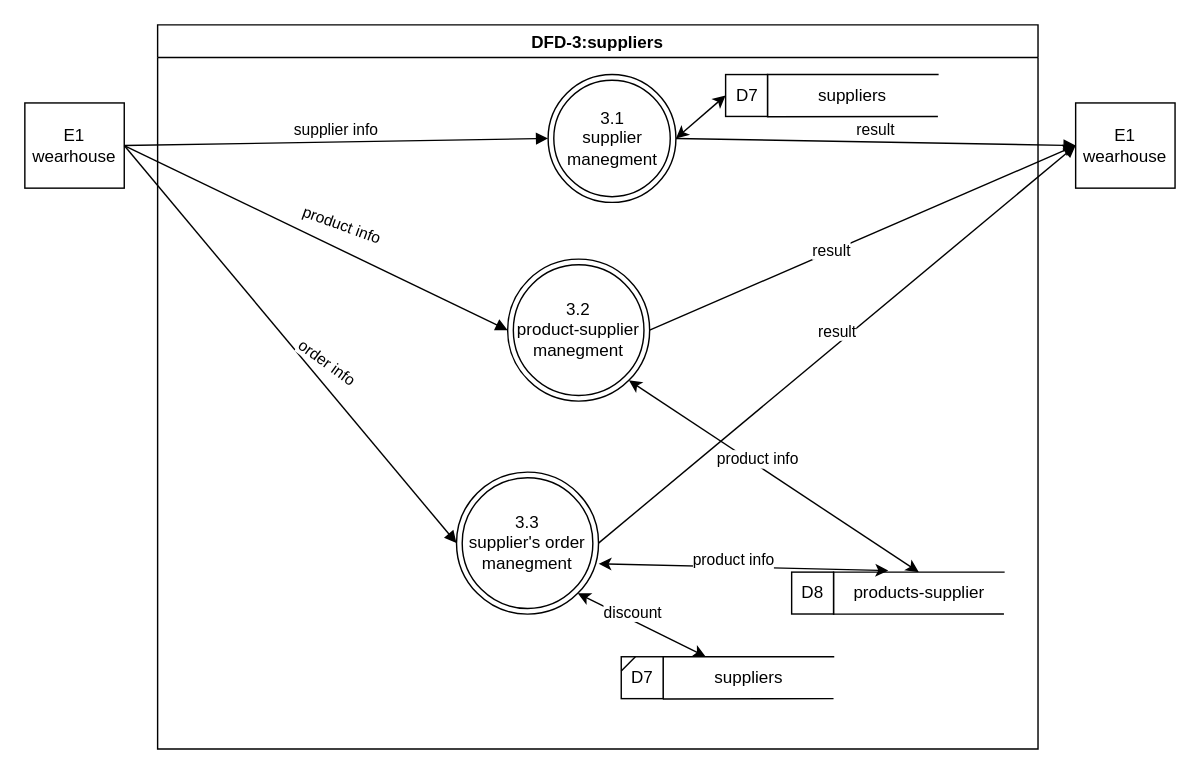
Naveavra/Market keeps this draw.io diagram as page "dfd3" (1 of 4) of docs/DFD/DFD3_Supplier.drawio. Above is the earlier version. Source tidied: cells renumbered, new cells numbered last; positions are measured from the earlier drawing's top-left corner, leaving out a move shared by most shapes. Both pictures are drawn from the tidied source at 142%, with x=0, y=0 at pixel (24, 24).
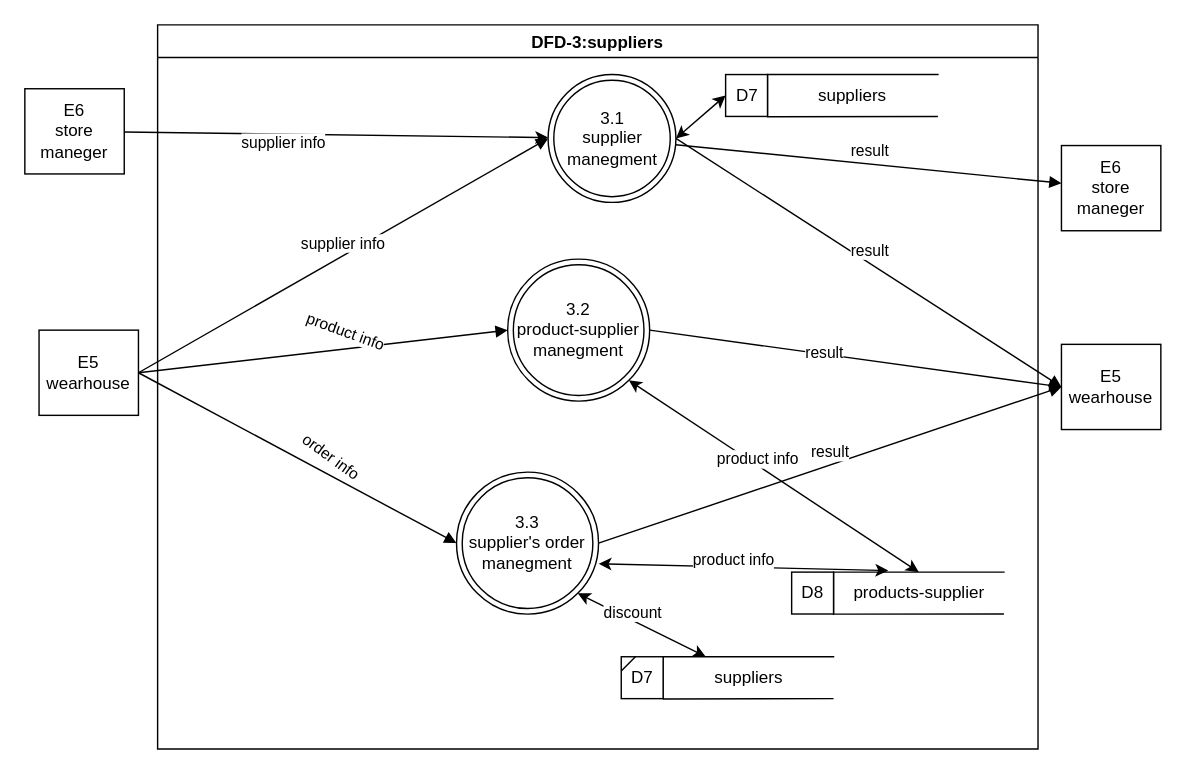
After the change.

Unchanged cells that the change refers to:
```xml
<mxCell id="3" value="3.1&lt;br&gt;supplier manegment" style="ellipse;shape=doubleEllipse;whiteSpace=wrap;html=1;" parent="2" vertex="1">
  <mxGeometry x="275" y="35" width="90" height="90" as="geometry" />
</mxCell>
```

The edit, as a diff of the source:
```diff
@@
-    <mxCell id="24" value="E1&lt;br&gt;wearhouse" style="rounded=0;whiteSpace=wrap;html=1;" parent="1" vertex="1">
-      <mxGeometry y="55" width="70" height="60" as="geometry" />
+    <mxCell id="24" value="E5&lt;br&gt;wearhouse" style="rounded=0;whiteSpace=wrap;html=1;" parent="1" vertex="1">
+      <mxGeometry x="10" y="215" width="70" height="60" as="geometry" />
     </mxCell>
-    <mxCell id="25" value="E1&lt;br&gt;wearhouse" style="rounded=0;whiteSpace=wrap;html=1;" parent="1" vertex="1">
-      <mxGeometry x="740" y="55" width="70" height="60" as="geometry" />
+    <mxCell id="25" value="E5&lt;br&gt;wearhouse" style="rounded=0;whiteSpace=wrap;html=1;" parent="1" vertex="1">
+      <mxGeometry x="730" y="225" width="70" height="60" as="geometry" />
     </mxCell>
@@
+    <mxCell id="35" value="E6&lt;br&gt;store maneger" style="rounded=0;whiteSpace=wrap;html=1;" parent="1" vertex="1">
+      <mxGeometry y="45" width="70" height="60" as="geometry" />
+    </mxCell>
+    <mxCell id="36" style="endArrow=classic;html=1;rounded=0;" parent="1" edge="1" source="35" target="3">
+      <mxGeometry relative="1" as="geometry" />
+    </mxCell>
+    <mxCell id="37" value="supplier info" style="edgeLabel;html=1;align=center;verticalAlign=middle;" parent="36" vertex="1">
+      <mxGeometry x="-0.25" y="-6" relative="1" as="geometry" />
+    </mxCell>
+    <mxCell id="38" value="E6&lt;br&gt;store maneger" style="rounded=0;whiteSpace=wrap;html=1;" parent="1" vertex="1">
+      <mxGeometry x="730" y="85" width="70" height="60" as="geometry" />
+    </mxCell>
+    <mxCell id="39" value="result" style="html=1;verticalAlign=bottom;endArrow=block;rounded=0;" parent="1" edge="1" source="3" target="38">
+      <mxGeometry relative="1" as="geometry" />
+    </mxCell>
```
